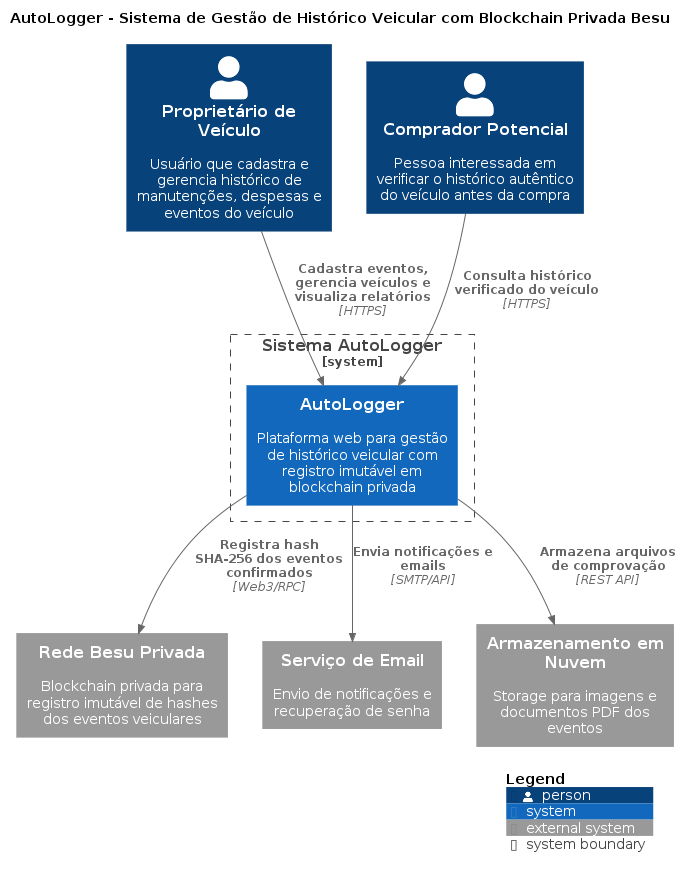
Pellegr1n1/autologger-services keeps this PlantUML diagram as docs/c4_architecture/c4_level1.png. Above is the earlier version.
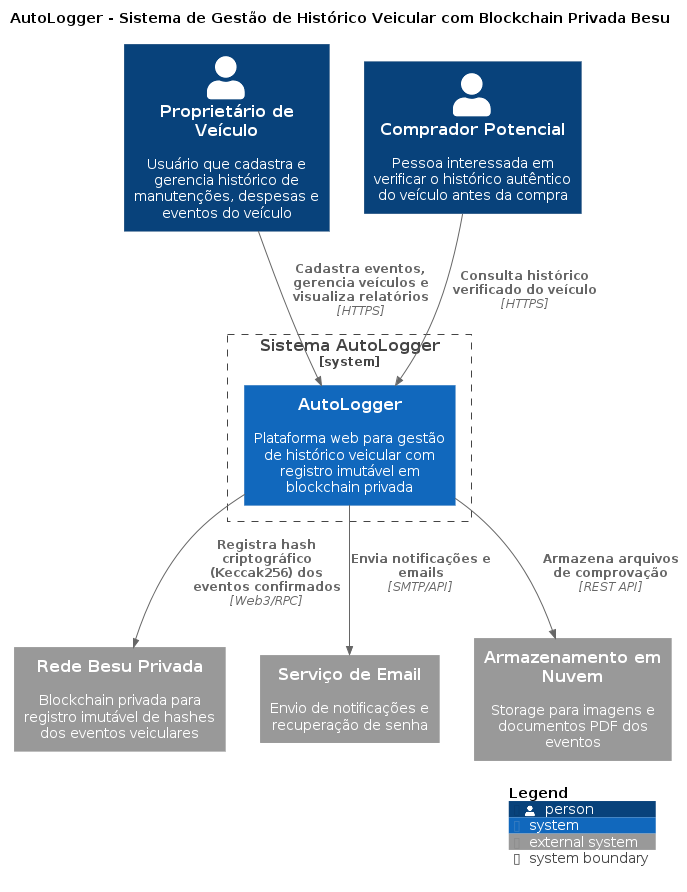
Later version of the same file.

Change to the diagram source:
```diff
@@ -20,7 +20,7 @@
 
 Rel(owner, autologger, "Cadastra eventos, gerencia veículos e visualiza relatórios", "HTTPS")
 Rel(buyer, autologger, "Consulta histórico verificado do veículo", "HTTPS")
-Rel(autologger, besu_network, "Registra hash SHA-256 dos eventos confirmados", "Web3/RPC")
+Rel(autologger, besu_network, "Registra hash criptográfico (Keccak256) dos eventos confirmados", "Web3/RPC")
 Rel(autologger, email_service, "Envia notificações e emails", "SMTP/API")
 Rel(autologger, cloud_storage, "Armazena arquivos de comprovação", "REST API")
 
```
